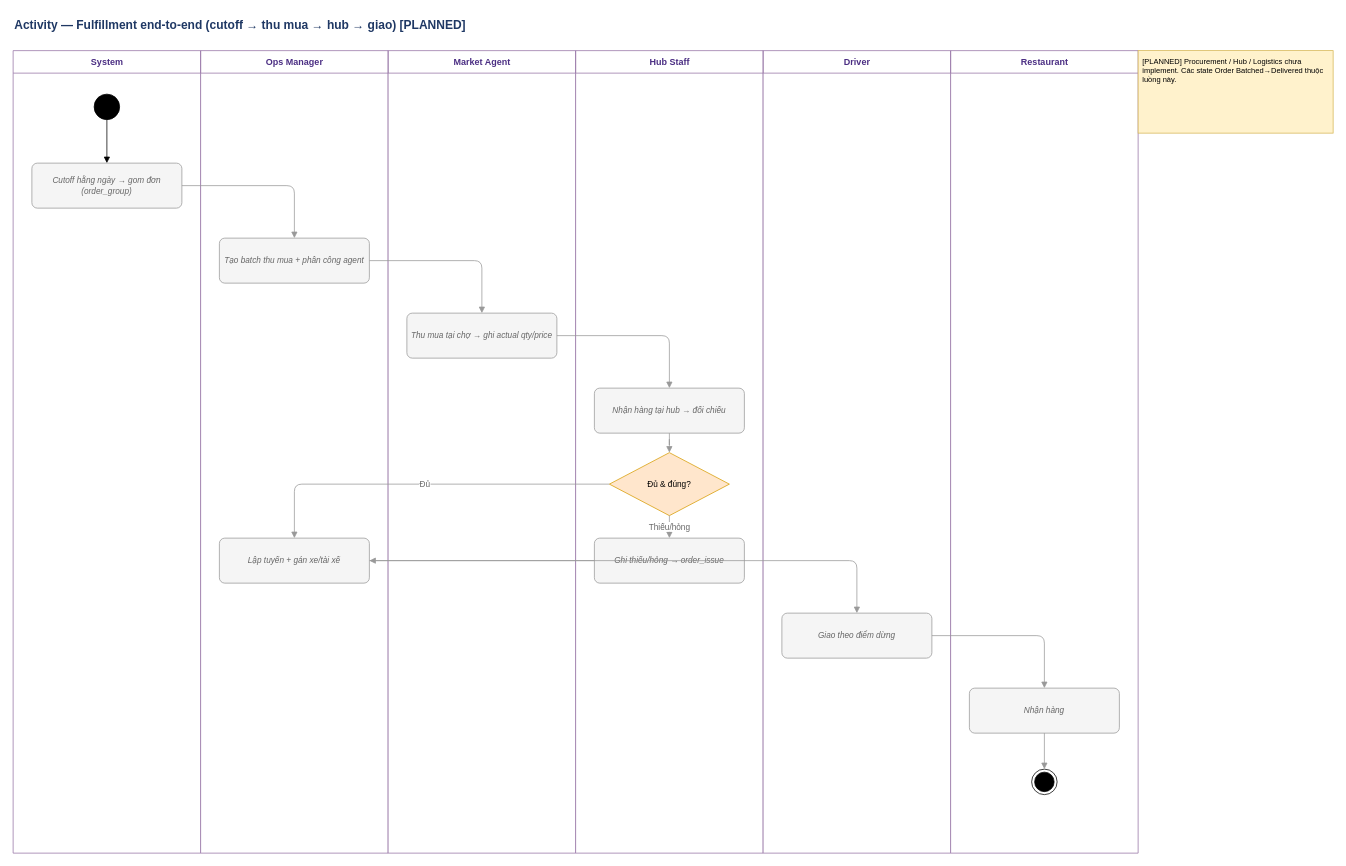
Above: page "05 - Fulfillment end-to-end" (5 of 9) of docs/02C-activity-diagrams.drawio in fix-later/freshflow-backend (draw.io), before the change. Source tidied: cells renumbered, new cells numbered last; positions are measured from the earlier drawing's top-left corner, leaving out a move shared by most shapes. Both pictures are drawn from the tidied source at 75%, with x=0, y=0 at pixel (13, 13).
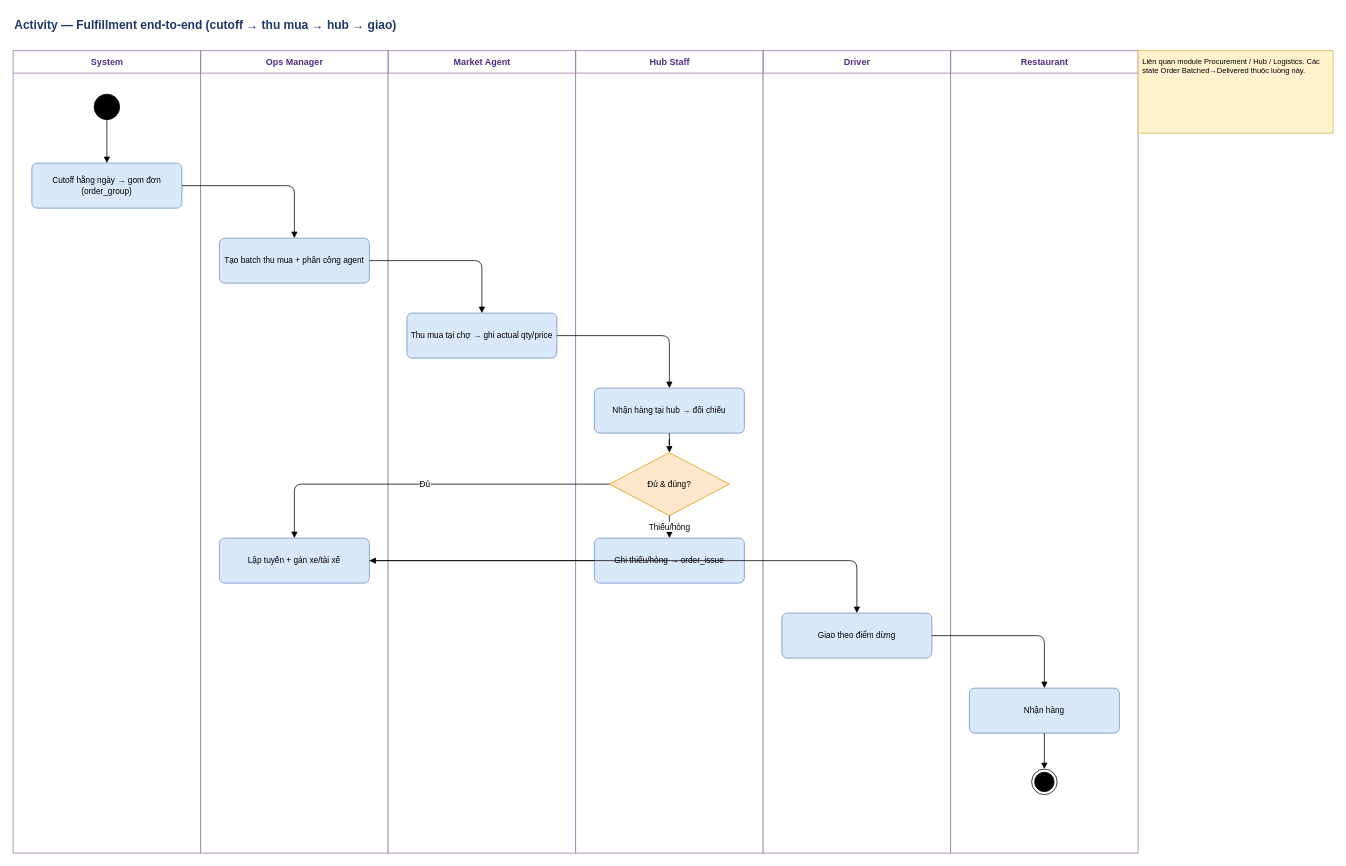
The same page after the edit.

Commit message (it also covers changes not shown here):
docs(diagrams): unify planned states with implemented styling in 02B/02C

Unchanged cells that the change refers to:
```xml
<mxCell id="14" value="Đủ &amp; đúng?" style="rhombus;whiteSpace=wrap;html=1;fillColor=#ffe6cc;strokeColor=#d79b00;fontSize=11;" parent="1" vertex="1">
  <mxGeometry x="795" y="586" width="160" height="84" as="geometry" />
</mxCell>
<mxCell id="19" style="ellipse;html=1;fillColor=#000000;strokeColor=#000000;shape=endState;perimeter=ellipsePerimeter;" parent="1" vertex="1">
  <mxGeometry x="1358" y="1008" width="34" height="34" as="geometry" />
</mxCell>
```

Diff of the diagram source:
```diff
@@
-    <mxCell id="2" value="Activity — Fulfillment end-to-end (cutoff → thu mua → hub → giao) [PLANNED]" style="text;html=1;align=left;verticalAlign=middle;fontSize=16;fontStyle=1;fontColor=#1f3864;" parent="1" vertex="1">
+    <mxCell id="2" value="Activity — Fulfillment end-to-end (cutoff → thu mua → hub → giao)" style="text;html=1;align=left;verticalAlign=middle;fontSize=16;fontStyle=1;fontColor=#1f3864;" parent="1" vertex="1">
       <mxGeometry width="1400" height="30" as="geometry" />
     </mxCell>
@@
-    <mxCell id="10" value="Cutoff hằng ngày → gom đơn (order_group)" style="rounded=1;whiteSpace=wrap;html=1;arcSize=12;fillColor=#f5f5f5;strokeColor=#999999;fontSize=11;fontStyle=2;fontColor=#666666;" parent="1" vertex="1">
+    <mxCell id="10" value="Cutoff hằng ngày → gom đơn (order_group)" style="rounded=1;whiteSpace=wrap;html=1;arcSize=12;fillColor=#dae8fc;strokeColor=#6c8ebf;fontSize=11;" parent="1" vertex="1">
       <mxGeometry x="25" y="200" width="200" height="60" as="geometry" />
     </mxCell>
-    <mxCell id="11" value="Tạo batch thu mua + phân công agent" style="rounded=1;whiteSpace=wrap;html=1;arcSize=12;fillColor=#f5f5f5;strokeColor=#999999;fontSize=11;fontStyle=2;fontColor=#666666;" parent="1" vertex="1">
+    <mxCell id="11" value="Tạo batch thu mua + phân công agent" style="rounded=1;whiteSpace=wrap;html=1;arcSize=12;fillColor=#dae8fc;strokeColor=#6c8ebf;fontSize=11;" parent="1" vertex="1">
       <mxGeometry x="275" y="300" width="200" height="60" as="geometry" />
     </mxCell>
-    <mxCell id="12" value="Thu mua tại chợ → ghi actual qty/price" style="rounded=1;whiteSpace=wrap;html=1;arcSize=12;fillColor=#f5f5f5;strokeColor=#999999;fontSize=11;fontStyle=2;fontColor=#666666;" parent="1" vertex="1">
+    <mxCell id="12" value="Thu mua tại chợ → ghi actual qty/price" style="rounded=1;whiteSpace=wrap;html=1;arcSize=12;fillColor=#dae8fc;strokeColor=#6c8ebf;fontSize=11;" parent="1" vertex="1">
       <mxGeometry x="525" y="400" width="200" height="60" as="geometry" />
     </mxCell>
-    <mxCell id="13" value="Nhận hàng tại hub → đối chiếu" style="rounded=1;whiteSpace=wrap;html=1;arcSize=12;fillColor=#f5f5f5;strokeColor=#999999;fontSize=11;fontStyle=2;fontColor=#666666;" parent="1" vertex="1">
+    <mxCell id="13" value="Nhận hàng tại hub → đối chiếu" style="rounded=1;whiteSpace=wrap;html=1;arcSize=12;fillColor=#dae8fc;strokeColor=#6c8ebf;fontSize=11;" parent="1" vertex="1">
       <mxGeometry x="775" y="500" width="200" height="60" as="geometry" />
     </mxCell>
@@
-    <mxCell id="15" value="Ghi thiếu/hỏng → order_issue" style="rounded=1;whiteSpace=wrap;html=1;arcSize=12;fillColor=#f5f5f5;strokeColor=#999999;fontSize=11;fontStyle=2;fontColor=#666666;" parent="1" vertex="1">
+    <mxCell id="15" value="Ghi thiếu/hỏng → order_issue" style="rounded=1;whiteSpace=wrap;html=1;arcSize=12;fillColor=#dae8fc;strokeColor=#6c8ebf;fontSize=11;" parent="1" vertex="1">
       <mxGeometry x="775" y="700" width="200" height="60" as="geometry" />
     </mxCell>
-    <mxCell id="16" value="Lập tuyến + gán xe/tài xế" style="rounded=1;whiteSpace=wrap;html=1;arcSize=12;fillColor=#f5f5f5;strokeColor=#999999;fontSize=11;fontStyle=2;fontColor=#666666;" parent="1" vertex="1">
+    <mxCell id="16" value="Lập tuyến + gán xe/tài xế" style="rounded=1;whiteSpace=wrap;html=1;arcSize=12;fillColor=#dae8fc;strokeColor=#6c8ebf;fontSize=11;" parent="1" vertex="1">
       <mxGeometry x="275" y="700" width="200" height="60" as="geometry" />
     </mxCell>
-    <mxCell id="17" value="Giao theo điểm dừng" style="rounded=1;whiteSpace=wrap;html=1;arcSize=12;fillColor=#f5f5f5;strokeColor=#999999;fontSize=11;fontStyle=2;fontColor=#666666;" parent="1" vertex="1">
+    <mxCell id="17" value="Giao theo điểm dừng" style="rounded=1;whiteSpace=wrap;html=1;arcSize=12;fillColor=#dae8fc;strokeColor=#6c8ebf;fontSize=11;" parent="1" vertex="1">
       <mxGeometry x="1025" y="800" width="200" height="60" as="geometry" />
     </mxCell>
-    <mxCell id="18" value="Nhận hàng" style="rounded=1;whiteSpace=wrap;html=1;arcSize=12;fillColor=#f5f5f5;strokeColor=#999999;fontSize=11;fontStyle=2;fontColor=#666666;" parent="1" vertex="1">
+    <mxCell id="18" value="Nhận hàng" style="rounded=1;whiteSpace=wrap;html=1;arcSize=12;fillColor=#dae8fc;strokeColor=#6c8ebf;fontSize=11;" parent="1" vertex="1">
       <mxGeometry x="1275" y="900" width="200" height="60" as="geometry" />
     </mxCell>
@@
-    <mxCell id="21" style="edgeStyle=orthogonalEdgeStyle;rounded=1;html=1;endArrow=block;fontSize=11;labelBackgroundColor=#ffffff;jettySize=auto;strokeColor=#999999;fontColor=#666666;" parent="1" edge="1" source="10" target="11">
+    <mxCell id="21" style="edgeStyle=orthogonalEdgeStyle;rounded=1;html=1;endArrow=block;fontSize=11;labelBackgroundColor=#ffffff;jettySize=auto;" parent="1" edge="1" source="10" target="11">
       <mxGeometry relative="1" as="geometry" />
     </mxCell>
-    <mxCell id="22" style="edgeStyle=orthogonalEdgeStyle;rounded=1;html=1;endArrow=block;fontSize=11;labelBackgroundColor=#ffffff;jettySize=auto;strokeColor=#999999;fontColor=#666666;" parent="1" edge="1" source="11" target="12">
+    <mxCell id="22" style="edgeStyle=orthogonalEdgeStyle;rounded=1;html=1;endArrow=block;fontSize=11;labelBackgroundColor=#ffffff;jettySize=auto;" parent="1" edge="1" source="11" target="12">
       <mxGeometry relative="1" as="geometry" />
     </mxCell>
-    <mxCell id="23" style="edgeStyle=orthogonalEdgeStyle;rounded=1;html=1;endArrow=block;fontSize=11;labelBackgroundColor=#ffffff;jettySize=auto;strokeColor=#999999;fontColor=#666666;" parent="1" edge="1" source="12" target="13">
+    <mxCell id="23" style="edgeStyle=orthogonalEdgeStyle;rounded=1;html=1;endArrow=block;fontSize=11;labelBackgroundColor=#ffffff;jettySize=auto;" parent="1" edge="1" source="12" target="13">
       <mxGeometry relative="1" as="geometry" />
     </mxCell>
-    <mxCell id="24" style="edgeStyle=orthogonalEdgeStyle;rounded=1;html=1;endArrow=block;fontSize=11;labelBackgroundColor=#ffffff;jettySize=auto;strokeColor=#999999;fontColor=#666666;" parent="1" edge="1" source="13" target="14">
+    <mxCell id="24" style="edgeStyle=orthogonalEdgeStyle;rounded=1;html=1;endArrow=block;fontSize=11;labelBackgroundColor=#ffffff;jettySize=auto;" parent="1" edge="1" source="13" target="14">
       <mxGeometry relative="1" as="geometry" />
     </mxCell>
-    <mxCell id="25" value="Đủ" style="edgeStyle=orthogonalEdgeStyle;rounded=1;html=1;endArrow=block;fontSize=11;labelBackgroundColor=#ffffff;jettySize=auto;strokeColor=#999999;fontColor=#666666;" parent="1" edge="1" source="14" target="16">
+    <mxCell id="25" value="Đủ" style="edgeStyle=orthogonalEdgeStyle;rounded=1;html=1;endArrow=block;fontSize=11;labelBackgroundColor=#ffffff;jettySize=auto;" parent="1" edge="1" source="14" target="16">
       <mxGeometry relative="1" as="geometry" />
     </mxCell>
-    <mxCell id="26" value="Thiếu/hỏng" style="edgeStyle=orthogonalEdgeStyle;rounded=1;html=1;endArrow=block;fontSize=11;labelBackgroundColor=#ffffff;jettySize=auto;strokeColor=#999999;fontColor=#666666;" parent="1" edge="1" source="14" target="15">
+    <mxCell id="26" value="Thiếu/hỏng" style="edgeStyle=orthogonalEdgeStyle;rounded=1;html=1;endArrow=block;fontSize=11;labelBackgroundColor=#ffffff;jettySize=auto;" parent="1" edge="1" source="14" target="15">
       <mxGeometry relative="1" as="geometry" />
     </mxCell>
-    <mxCell id="27" style="edgeStyle=orthogonalEdgeStyle;rounded=1;html=1;endArrow=block;fontSize=11;labelBackgroundColor=#ffffff;jettySize=auto;strokeColor=#999999;fontColor=#666666;" parent="1" edge="1" source="15" target="16">
+    <mxCell id="27" style="edgeStyle=orthogonalEdgeStyle;rounded=1;html=1;endArrow=block;fontSize=11;labelBackgroundColor=#ffffff;jettySize=auto;" parent="1" edge="1" source="15" target="16">
       <mxGeometry relative="1" as="geometry" />
     </mxCell>
-    <mxCell id="28" style="edgeStyle=orthogonalEdgeStyle;rounded=1;html=1;endArrow=block;fontSize=11;labelBackgroundColor=#ffffff;jettySize=auto;strokeColor=#999999;fontColor=#666666;" parent="1" edge="1" source="16" target="17">
+    <mxCell id="28" style="edgeStyle=orthogonalEdgeStyle;rounded=1;html=1;endArrow=block;fontSize=11;labelBackgroundColor=#ffffff;jettySize=auto;" parent="1" edge="1" source="16" target="17">
       <mxGeometry relative="1" as="geometry" />
     </mxCell>
-    <mxCell id="29" style="edgeStyle=orthogonalEdgeStyle;rounded=1;html=1;endArrow=block;fontSize=11;labelBackgroundColor=#ffffff;jettySize=auto;strokeColor=#999999;fontColor=#666666;" parent="1" edge="1" source="17" target="18">
+    <mxCell id="29" style="edgeStyle=orthogonalEdgeStyle;rounded=1;html=1;endArrow=block;fontSize=11;labelBackgroundColor=#ffffff;jettySize=auto;" parent="1" edge="1" source="17" target="18">
       <mxGeometry relative="1" as="geometry" />
     </mxCell>
-    <mxCell id="30" style="edgeStyle=orthogonalEdgeStyle;rounded=1;html=1;endArrow=block;fontSize=11;labelBackgroundColor=#ffffff;jettySize=auto;strokeColor=#999999;fontColor=#666666;" parent="1" edge="1" source="18" target="19">
+    <mxCell id="30" style="edgeStyle=orthogonalEdgeStyle;rounded=1;html=1;endArrow=block;fontSize=11;labelBackgroundColor=#ffffff;jettySize=auto;" parent="1" edge="1" source="18" target="19">
       <mxGeometry relative="1" as="geometry" />
     </mxCell>
-    <mxCell id="31" value="[PLANNED] Procurement / Hub / Logistics chưa implement. Các state Order Batched→Delivered thuộc luồng này." style="rounded=0;whiteSpace=wrap;html=1;fillColor=#fff2cc;strokeColor=#d6b656;fontSize=10;align=left;verticalAlign=top;spacingLeft=4;spacingTop=2;" parent="1" vertex="1">
+    <mxCell id="31" value="Liên quan module Procurement / Hub / Logistics. Các state Order Batched→Delivered thuộc luồng này." style="rounded=0;whiteSpace=wrap;html=1;fillColor=#fff2cc;strokeColor=#d6b656;fontSize=10;align=left;verticalAlign=top;spacingLeft=4;spacingTop=2;" parent="1" vertex="1">
       <mxGeometry x="1500" y="50" width="260" height="110" as="geometry" />
     </mxCell>
```
